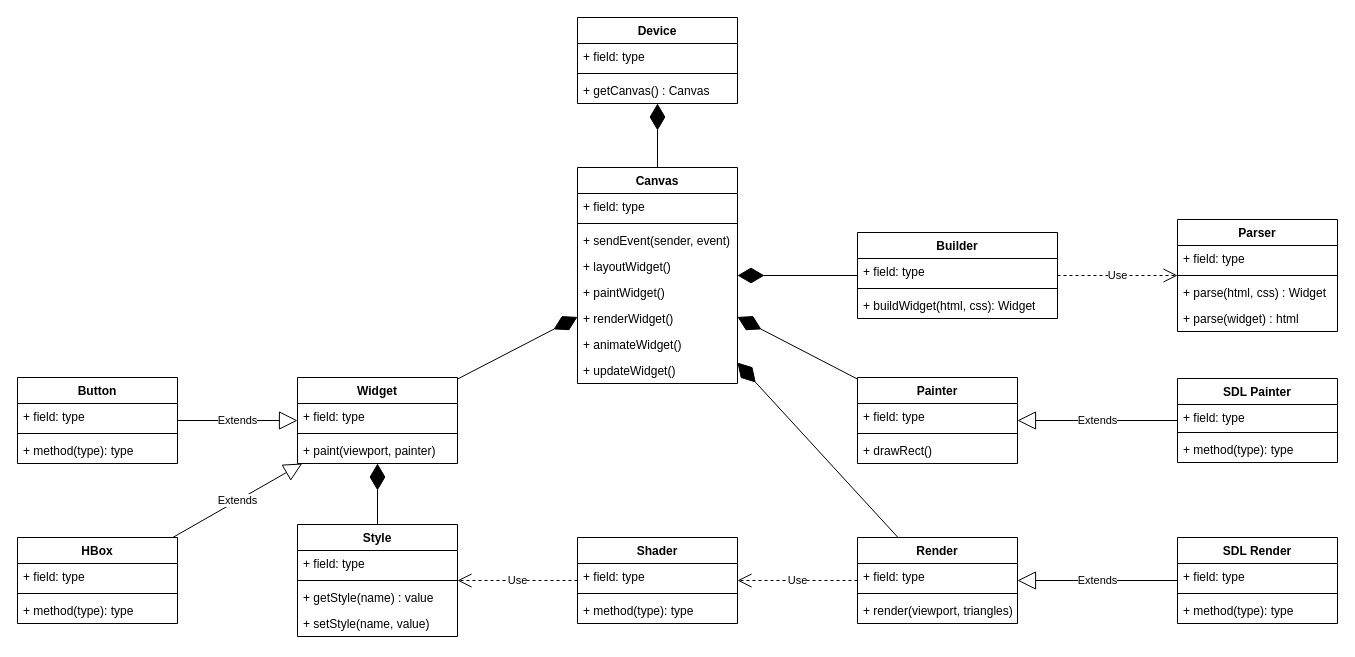
Above: page "类图" (1 of 2) of Document/UML.drawio in ChivenZhang/OpenUI (draw.io), before the change. Source tidied: cells renumbered, new cells numbered last; positions are measured from the earlier drawing's top-left corner, leaving out a move shared by most shapes. Both pictures are drawn from the tidied source at 100%, with x=0, y=0 at pixel (17, 17).
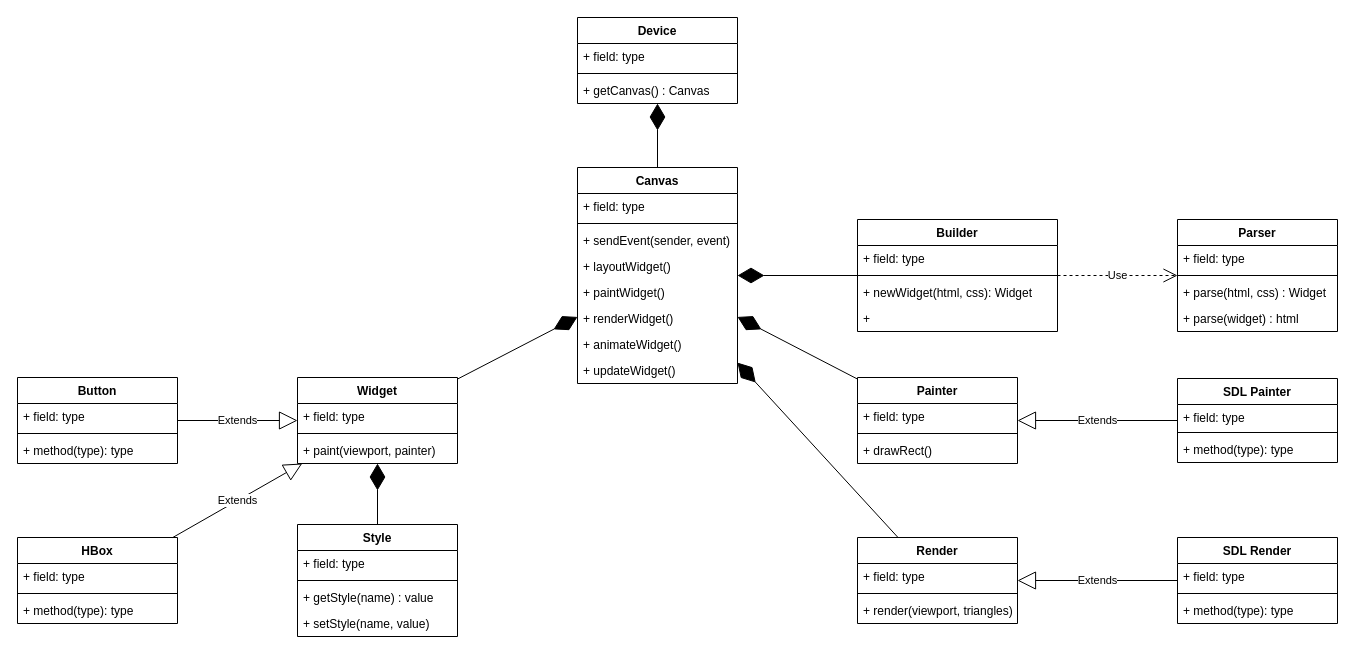
The same diagram, later.

The change refers to these unchanged cells:
```xml
<mxCell id="40" value="Render" style="swimlane;fontStyle=1;align=center;verticalAlign=top;horizontal=1;startSize=26;whiteSpace=wrap;html=1;" parent="1" vertex="1">
  <mxGeometry x="840" y="520" width="160" height="86" as="geometry" />
</mxCell>
<mxCell id="62" value="Style" style="swimlane;fontStyle=1;align=center;verticalAlign=top;horizontal=1;startSize=26;whiteSpace=wrap;html=1;" parent="1" vertex="1">
  <mxGeometry x="280" y="507" width="160" height="112" as="geometry" />
</mxCell>
```

The edit, as a diff of the source:
```diff
@@
     <mxCell id="26" value="Builder" style="swimlane;fontStyle=1;align=center;verticalAlign=top;horizontal=1;startSize=26;whiteSpace=wrap;html=1;" parent="1" vertex="1">
-      <mxGeometry x="840" y="215" width="200" height="86" as="geometry" />
+      <mxGeometry x="840" y="202" width="200" height="112" as="geometry" />
     </mxCell>
@@
-    <mxCell id="29" value="+ buildWidget(html, css): Widget" style="text;strokeColor=none;fillColor=none;align=left;verticalAlign=top;spacingLeft=4;spacingRight=4;overflow=hidden;whiteSpace=wrap;html=1;" parent="26" vertex="1">
+    <mxCell id="29" value="+ newWidget(html, css): Widget" style="text;strokeColor=none;fillColor=none;align=left;verticalAlign=top;spacingLeft=4;spacingRight=4;overflow=hidden;whiteSpace=wrap;html=1;" parent="26" vertex="1">
       <mxGeometry y="60" width="200" height="26" as="geometry" />
     </mxCell>
+    <mxCell id="74" value="+&amp;nbsp;" style="text;strokeColor=none;fillColor=none;align=left;verticalAlign=top;spacingLeft=4;spacingRight=4;overflow=hidden;whiteSpace=wrap;html=1;" parent="26" vertex="1">
+      <mxGeometry y="86" width="200" height="26" as="geometry" />
+    </mxCell>
@@
-    <mxCell id="68" value="Shader" style="swimlane;fontStyle=1;align=center;verticalAlign=top;horizontal=1;startSize=26;whiteSpace=wrap;html=1;" parent="1" vertex="1">
-      <mxGeometry x="560" y="520" width="160" height="86" as="geometry" />
-    </mxCell>
-    <mxCell id="69" value="+ field: type" style="text;strokeColor=none;fillColor=none;align=left;verticalAlign=top;spacingLeft=4;spacingRight=4;overflow=hidden;whiteSpace=wrap;html=1;" parent="68" vertex="1">
-      <mxGeometry y="26" width="160" height="26" as="geometry" />
-    </mxCell>
-    <mxCell id="70" style="line;strokeWidth=1;fillColor=none;align=left;verticalAlign=middle;spacingTop=-1;spacingLeft=3;spacingRight=3;labelPosition=right;strokeColor=inherit;" parent="68" vertex="1">
-      <mxGeometry y="52" width="160" height="8" as="geometry" />
-    </mxCell>
-    <mxCell id="71" value="+ method(type): type" style="text;strokeColor=none;fillColor=none;align=left;verticalAlign=top;spacingLeft=4;spacingRight=4;overflow=hidden;whiteSpace=wrap;html=1;" parent="68" vertex="1">
-      <mxGeometry y="60" width="160" height="26" as="geometry" />
-    </mxCell>
-    <mxCell id="72" value="Use" style="endArrow=open;endSize=12;dashed=1;html=1;rounded=0;" parent="1" edge="1" source="40" target="68">
-      <mxGeometry relative="1" as="geometry" />
-    </mxCell>
-    <mxCell id="73" value="Use" style="endArrow=open;endSize=12;dashed=1;html=1;rounded=0;" parent="1" edge="1" source="68" target="62">
-      <mxGeometry relative="1" as="geometry" />
-    </mxCell>
```
